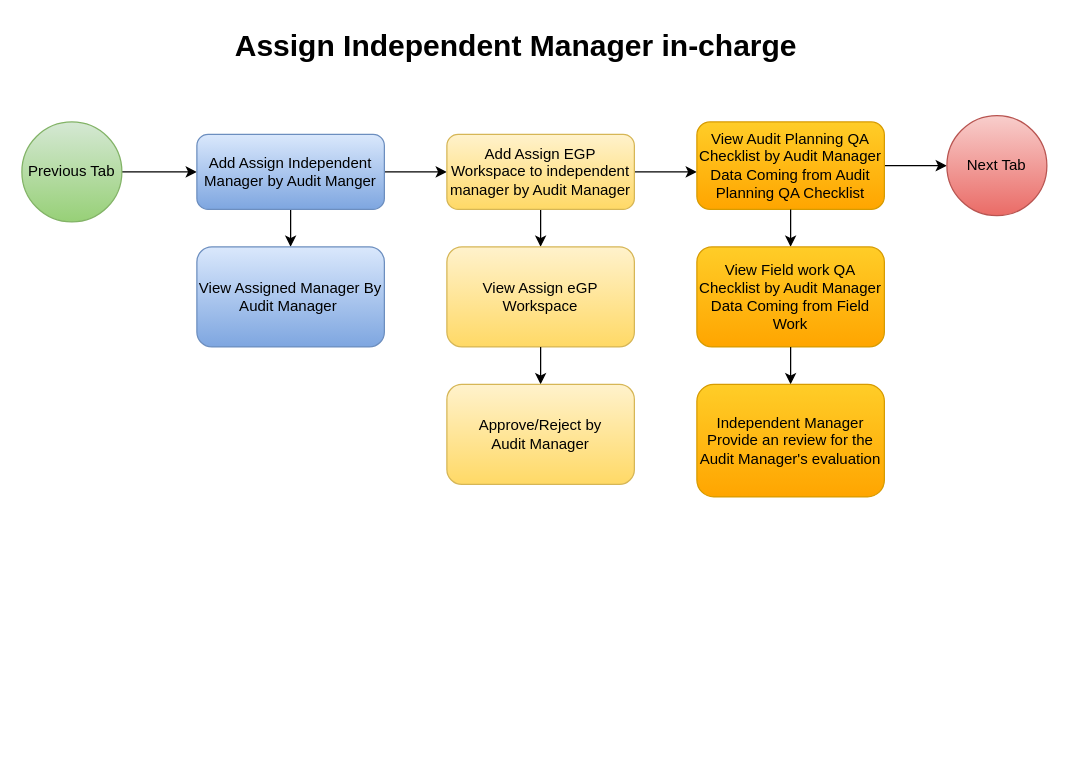
Above: page "Assign Independent Manager in-charge" (22 of 31) of ERM & IA DFD.drawio in AvikM1996/draw.io (draw.io), before the change. Source tidied: cells renumbered, new cells numbered last; positions are measured from the earlier drawing's top-left corner, leaving out a move shared by most shapes. Both pictures are drawn from the tidied source at 125%, with x=0, y=0 at pixel (21, 21).
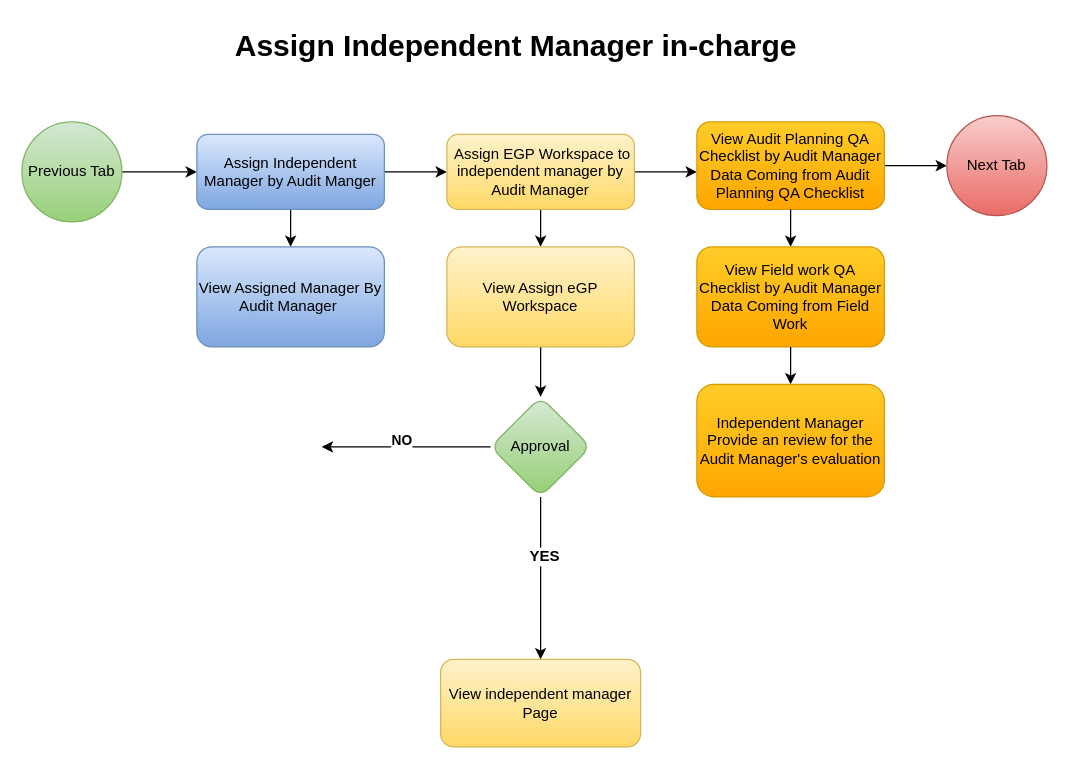
The same diagram, later.

The change refers to these unchanged cells:
```xml
<mxCell id="11" value="View Assign eGP Workspace" style="rounded=1;whiteSpace=wrap;html=1;fillColor=#fff2cc;gradientColor=#ffd966;strokeColor=#d6b656;" parent="1" vertex="1">
  <mxGeometry x="340" y="180" width="150" height="80" as="geometry" />
</mxCell>
```

Change to the diagram source:
```diff
@@
-    <mxCell id="6" value="Add Assign Independent Manager by Audit Manger" style="rounded=1;whiteSpace=wrap;html=1;fillColor=#dae8fc;gradientColor=#7ea6e0;strokeColor=#6c8ebf;" parent="1" vertex="1">
+    <mxCell id="6" value="Assign Independent Manager by Audit Manger" style="rounded=1;whiteSpace=wrap;html=1;fillColor=#dae8fc;gradientColor=#7ea6e0;strokeColor=#6c8ebf;" parent="1" vertex="1">
       <mxGeometry x="140" y="90" width="150" height="60" as="geometry" />
     </mxCell>
@@
-    <mxCell id="10" value="Add Assign EGP Workspace to independent manager by Audit Manager" style="rounded=1;whiteSpace=wrap;html=1;fillColor=#fff2cc;gradientColor=#ffd966;strokeColor=#d6b656;" parent="1" vertex="1">
+    <mxCell id="10" value="&amp;nbsp;Assign EGP Workspace to independent manager by Audit Manager" style="rounded=1;whiteSpace=wrap;html=1;fillColor=#fff2cc;gradientColor=#ffd966;strokeColor=#d6b656;" parent="1" vertex="1">
       <mxGeometry x="340" y="90" width="150" height="60" as="geometry" />
     </mxCell>
+    <mxCell id="22" style="edgeStyle=orthogonalEdgeStyle;rounded=1;jettySize=auto;html=1;entryX=0.5;entryY=0;entryDx=0;entryDy=0;" parent="1" edge="1" source="11" target="27">
+      <mxGeometry relative="1" as="geometry" />
+    </mxCell>
@@
-    <mxCell id="12" style="edgeStyle=orthogonalEdgeStyle;rounded=1;orthogonalLoop=1;jettySize=auto;html=1;" parent="1" edge="1">
-      <mxGeometry relative="1" as="geometry">
-        <mxPoint x="415" y="260" as="sourcePoint" />
-        <mxPoint x="415" y="290" as="targetPoint" />
-      </mxGeometry>
-    </mxCell>
@@
-    <mxCell id="18" value="Approve/Reject by&lt;div&gt;Audit Manager&lt;/div&gt;" style="rounded=1;whiteSpace=wrap;html=1;fillColor=#fff2cc;gradientColor=#ffd966;strokeColor=#d6b656;" parent="1" vertex="1">
-      <mxGeometry x="340" y="290" width="150" height="80" as="geometry" />
+    <mxCell id="18" value="View independent manager Page" style="rounded=1;whiteSpace=wrap;html=1;fillColor=#fff2cc;gradientColor=#ffd966;strokeColor=#d6b656;" parent="1" vertex="1">
+      <mxGeometry x="335" y="510" width="160" height="70" as="geometry" />
     </mxCell>
@@
+    <mxCell id="23" style="edgeStyle=orthogonalEdgeStyle;rounded=1;jettySize=auto;html=1;entryX=0.5;entryY=0;entryDx=0;entryDy=0;" parent="1" edge="1" source="27" target="18">
+      <mxGeometry relative="1" as="geometry" />
+    </mxCell>
+    <mxCell id="24" value="&lt;b&gt;&lt;font style=&quot;font-size: 12px;&quot;&gt;YES&lt;/font&gt;&lt;/b&gt;" style="edgeLabel;html=1;align=center;verticalAlign=middle;rounded=1;" parent="23" vertex="1">
+      <mxGeometry x="-0.28" y="2" relative="1" as="geometry" />
+    </mxCell>
+    <mxCell id="25" style="edgeStyle=orthogonalEdgeStyle;rounded=1;jettySize=auto;html=1;" parent="1" edge="1" source="27">
+      <mxGeometry relative="1" as="geometry">
+        <mxPoint x="240" y="340" as="targetPoint" />
+      </mxGeometry>
+    </mxCell>
+    <mxCell id="26" value="NO" style="edgeLabel;html=1;align=center;verticalAlign=middle;rounded=1;fontStyle=1;" parent="25" vertex="1">
+      <mxGeometry x="0.06" y="-5" relative="1" as="geometry">
+        <mxPoint y="-1" as="offset" />
+      </mxGeometry>
+    </mxCell>
+    <mxCell id="27" value="Approval" style="rhombus;whiteSpace=wrap;html=1;rounded=1;fillColor=#d5e8d4;gradientColor=#97d077;strokeColor=#82b366;" parent="1" vertex="1">
+      <mxGeometry x="375" y="300" width="80" height="80" as="geometry" />
+    </mxCell>
```
